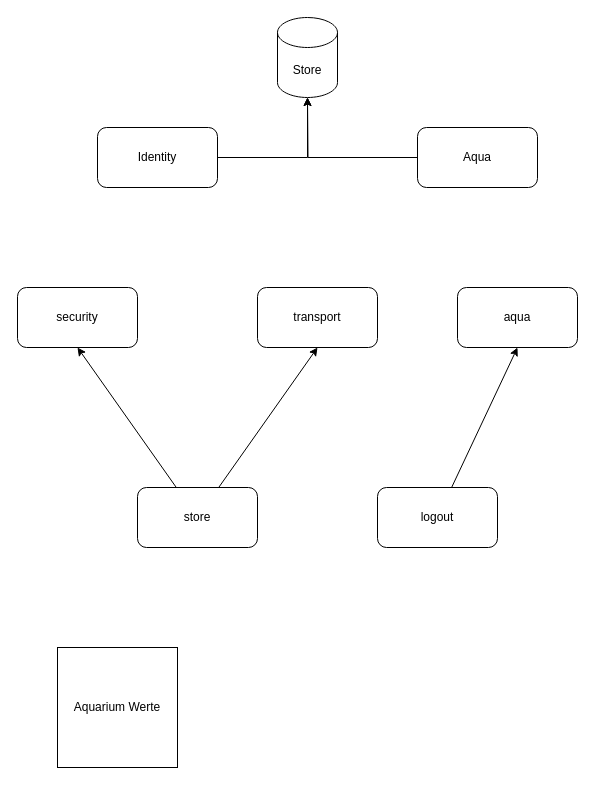
The draw.io diagram archi.drawio in Marcel-B/turbotest, before the edit. Source tidied: cells renumbered, new cells numbered last; positions are measured from the earlier drawing's top-left corner, leaving out a move shared by most shapes. Both pictures are drawn from the tidied source at 100%, with x=0, y=0 at pixel (17, 17).
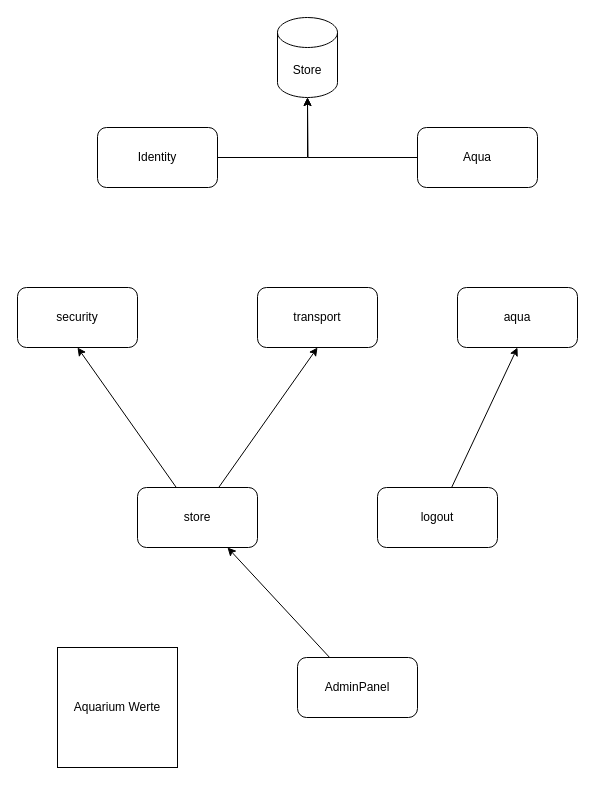
After the change.

Diff of the diagram source:
```diff
@@
 <mxGraphModel>
   <root>
     <mxCell id="0" />
     <mxCell id="1" parent="0" />
     <mxCell id="2" value="Store" style="shape=cylinder3;whiteSpace=wrap;html=1;boundedLbl=1;backgroundOutline=1;size=15;" parent="1" vertex="1">
       <mxGeometry x="260" width="60" height="80" as="geometry" />
     </mxCell>
     <mxCell id="3" style="edgeStyle=orthogonalEdgeStyle;rounded=0;jettySize=auto;html=1;entryX=0.5;entryY=1;entryDx=0;entryDy=0;entryPerimeter=0;" parent="1" edge="1" source="4" target="2">
       <mxGeometry relative="1" as="geometry" />
     </mxCell>
     <mxCell id="4" value="Identity" style="rounded=1;whiteSpace=wrap;html=1;" parent="1" vertex="1">
       <mxGeometry x="80" y="110" width="120" height="60" as="geometry" />
     </mxCell>
     <mxCell id="5" style="edgeStyle=orthogonalEdgeStyle;rounded=0;jettySize=auto;html=1;" parent="1" edge="1" source="6">
       <mxGeometry relative="1" as="geometry">
         <mxPoint x="290" y="80" as="targetPoint" />
       </mxGeometry>
     </mxCell>
     <mxCell id="6" value="Aqua" style="rounded=1;whiteSpace=wrap;html=1;" parent="1" vertex="1">
       <mxGeometry x="400" y="110" width="120" height="60" as="geometry" />
     </mxCell>
     <mxCell id="7" value="security" style="rounded=1;whiteSpace=wrap;html=1;" parent="1" vertex="1">
       <mxGeometry y="270" width="120" height="60" as="geometry" />
     </mxCell>
     <mxCell id="8" style="edgeStyle=none;html=1;entryX=0.5;entryY=1;entryDx=0;entryDy=0;" parent="1" edge="1" source="10" target="7">
       <mxGeometry relative="1" as="geometry" />
     </mxCell>
     <mxCell id="9" style="edgeStyle=none;html=1;entryX=0.5;entryY=1;entryDx=0;entryDy=0;" parent="1" edge="1" source="10" target="11">
       <mxGeometry relative="1" as="geometry" />
     </mxCell>
     <mxCell id="10" value="store" style="rounded=1;whiteSpace=wrap;html=1;" parent="1" vertex="1">
       <mxGeometry x="120" y="470" width="120" height="60" as="geometry" />
     </mxCell>
     <mxCell id="11" value="transport" style="rounded=1;whiteSpace=wrap;html=1;" parent="1" vertex="1">
       <mxGeometry x="240" y="270" width="120" height="60" as="geometry" />
     </mxCell>
     <mxCell id="12" value="aqua" style="rounded=1;whiteSpace=wrap;html=1;" parent="1" vertex="1">
       <mxGeometry x="440" y="270" width="120" height="60" as="geometry" />
     </mxCell>
     <mxCell id="13" style="edgeStyle=none;html=1;entryX=0.5;entryY=1;entryDx=0;entryDy=0;" parent="1" edge="1" source="14" target="12">
       <mxGeometry relative="1" as="geometry" />
     </mxCell>
     <mxCell id="14" value="logout" style="rounded=1;whiteSpace=wrap;html=1;" parent="1" vertex="1">
       <mxGeometry x="360" y="470" width="120" height="60" as="geometry" />
     </mxCell>
     <mxCell id="15" value="Aquarium Werte" style="whiteSpace=wrap;html=1;" parent="1" vertex="1">
       <mxGeometry x="40" y="630" width="120" height="120" as="geometry" />
     </mxCell>
+    <mxCell id="16" style="rounded=0;jettySize=auto;html=1;entryX=0.75;entryY=1;entryDx=0;entryDy=0;" parent="1" edge="1" source="17" target="10">
+      <mxGeometry relative="1" as="geometry" />
+    </mxCell>
+    <mxCell id="17" value="AdminPanel" style="rounded=1;whiteSpace=wrap;html=1;" parent="1" vertex="1">
+      <mxGeometry x="280" y="640" width="120" height="60" as="geometry" />
+    </mxCell>
   </root>
 </mxGraphModel>
```
